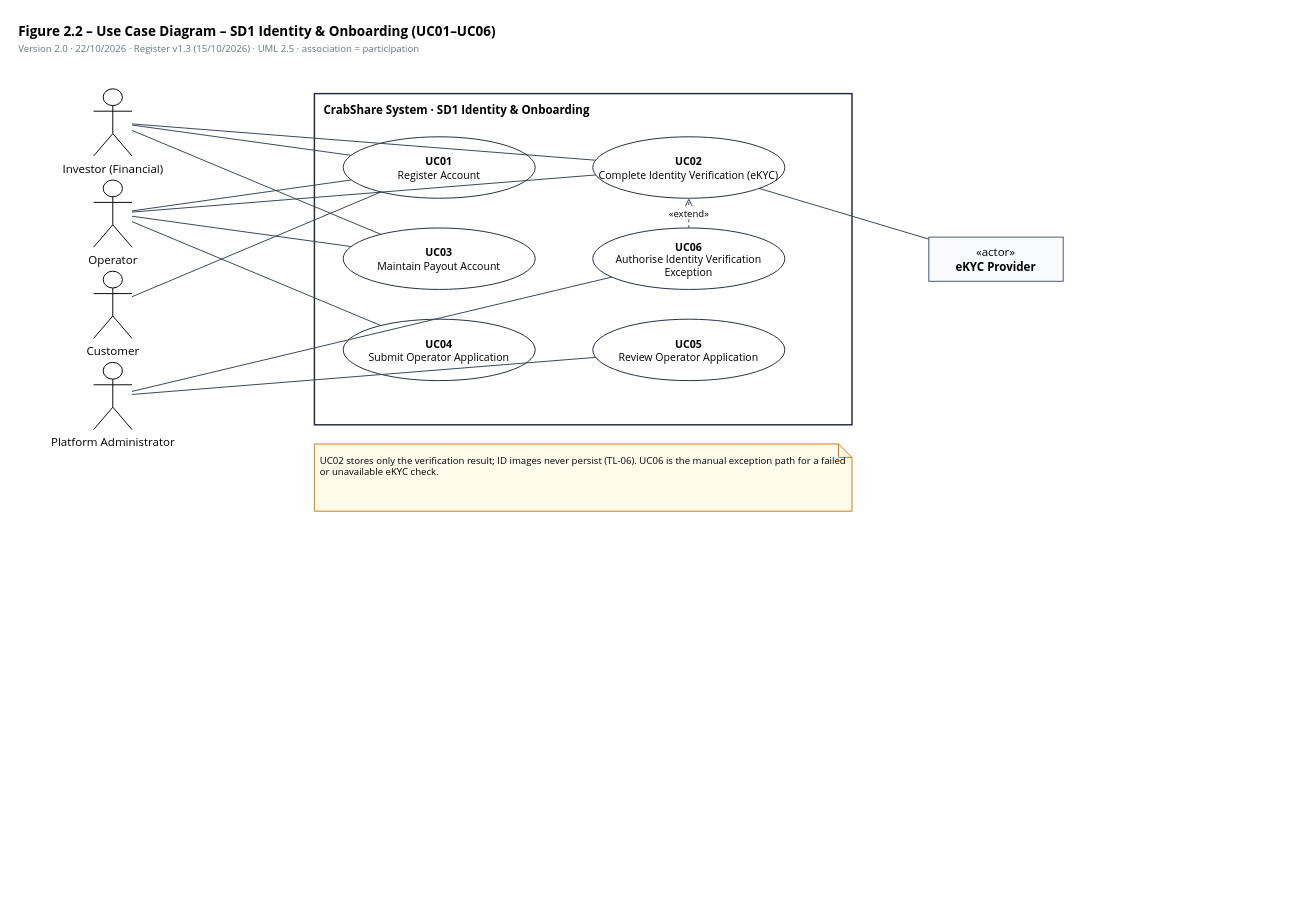
This is page "SD1 – Identity & Onboarding" (2 of 7) of docs/diagrams/CrabShare_Use_Case_Diagrams.drawio from thienhoibai/crabshare, a draw.io file, before an edit. Source tidied: cells renumbered, new cells numbered last; positions are measured from the earlier drawing's top-left corner, leaving out a move shared by most shapes. Both pictures are drawn from the tidied source at 96%, with x=0, y=0 at pixel (16, 16).
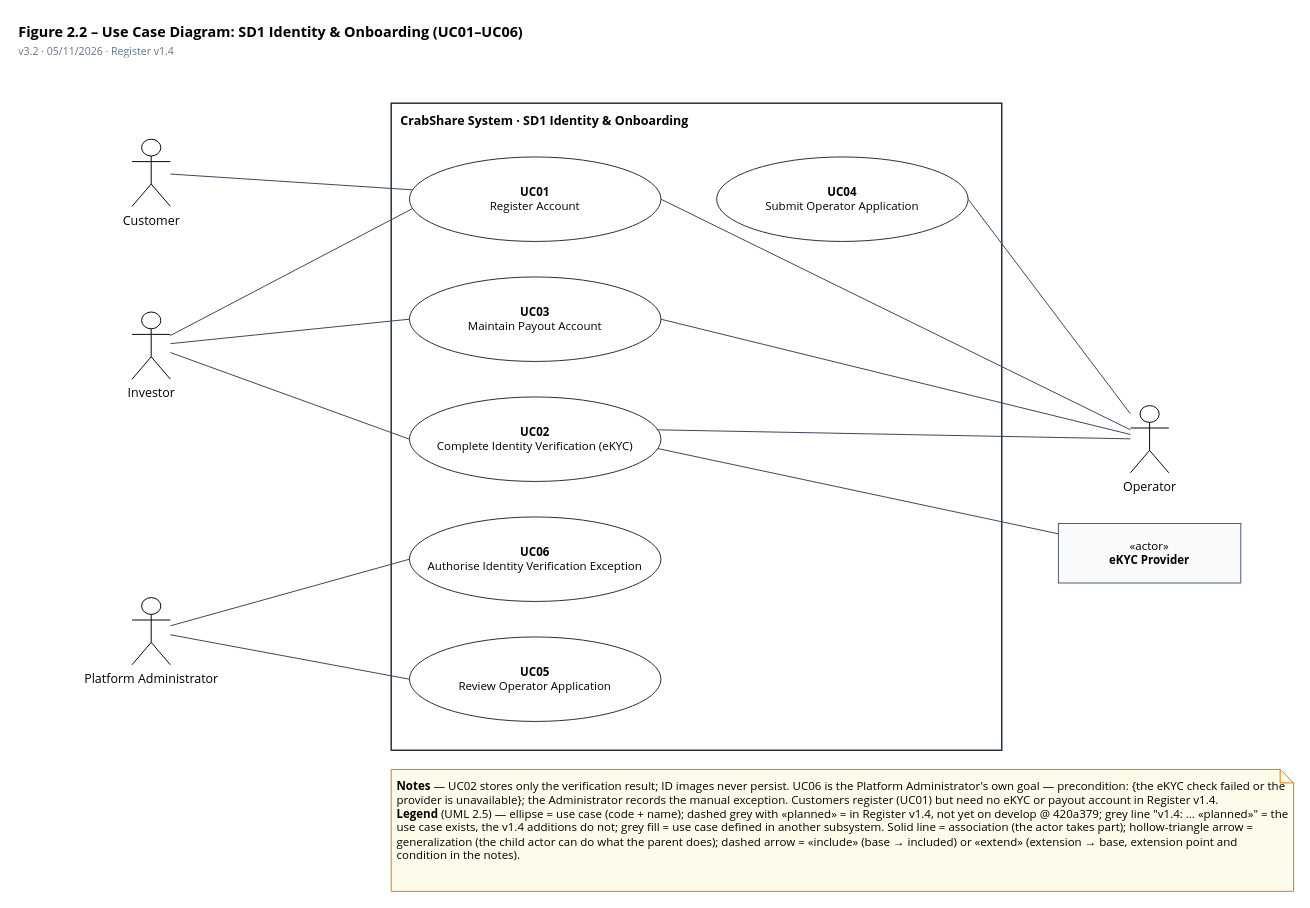
The same page after the edit.

Diff of the diagram source:
```diff
@@
-    <mxCell id="2" value="&lt;b&gt;Figure 2.2 – Use Case Diagram – SD1 Identity &amp; Onboarding (UC01–UC06)&lt;/b&gt;&lt;br&gt;&lt;font style=&quot;font-size:10px&quot; color=&quot;#64748b&quot;&gt;Version 2.0 · 22/10/2026 · Register v1.3 (15/10/2026) · UML 2.5 · association = participation&lt;/font&gt;" style="text;html=1;align=left;verticalAlign=top;whiteSpace=wrap;overflow=hidden;fontFamily=Segoe UI;fontSize=14;" parent="1" vertex="1">
-      <mxGeometry width="900" height="40" as="geometry" />
+    <mxCell id="2" value="&lt;b&gt;Figure 2.2 – Use Case Diagram: SD1 Identity &amp; Onboarding (UC01–UC06)&lt;/b&gt;&lt;br&gt;&lt;font style=&quot;font-size:11px&quot; color=&quot;#64748b&quot;&gt;v3.2 · 05/11/2026 · Register v1.4&lt;/font&gt;" style="text;html=1;align=left;verticalAlign=top;whiteSpace=wrap;overflow=hidden;fontFamily=Segoe UI;fontSize=15;" parent="1" vertex="1">
+      <mxGeometry width="1200" height="46" as="geometry" />
     </mxCell>
-    <mxCell id="3" value="CrabShare System · SD1 Identity &amp; Onboarding" style="rounded=0;whiteSpace=wrap;html=1;fillColor=none;strokeColor=#1e293b;strokeWidth=1.5;align=left;verticalAlign=top;spacingLeft=8;spacingTop=4;fontStyle=1;fontFamily=Segoe UI;" parent="1" vertex="1">
-      <mxGeometry x="310" y="80" width="560" height="345" as="geometry" />
+    <mxCell id="3" value="CrabShare System · SD1 Identity &amp; Onboarding" style="rounded=0;whiteSpace=wrap;html=1;fillColor=none;strokeColor=#1e293b;strokeWidth=1.5;align=left;verticalAlign=top;spacingLeft=8;spacingTop=4;fontStyle=1;fontFamily=Segoe UI;fontSize=13;" parent="1" vertex="1">
+      <mxGeometry x="390" y="90" width="636" height="674" as="geometry" />
     </mxCell>
-    <mxCell id="4" value="&lt;b&gt;UC01&lt;/b&gt;&lt;br&gt;Register Account" style="ellipse;whiteSpace=wrap;html=1;fillColor=#ffffff;strokeColor=#1e293b;fontSize=11;fontFamily=Segoe UI;" parent="1" vertex="1">
-      <mxGeometry x="340" y="125" width="200" height="64" as="geometry" />
+    <mxCell id="4" value="&lt;b&gt;UC01&lt;/b&gt;&lt;br&gt;Register Account" style="ellipse;whiteSpace=wrap;html=1;fillColor=#ffffff;strokeColor=#1e293b;fontSize=12;fontFamily=Segoe UI;spacing=3;" parent="1" vertex="1">
+      <mxGeometry x="409" y="146" width="262" height="88" as="geometry" />
     </mxCell>
-    <mxCell id="5" value="&lt;b&gt;UC02&lt;/b&gt;&lt;br&gt;Complete Identity Verification (eKYC)" style="ellipse;whiteSpace=wrap;html=1;fillColor=#ffffff;strokeColor=#1e293b;fontSize=11;fontFamily=Segoe UI;" parent="1" vertex="1">
-      <mxGeometry x="600" y="125" width="200" height="64" as="geometry" />
+    <mxCell id="5" value="&lt;b&gt;UC03&lt;/b&gt;&lt;br&gt;Maintain Payout Account" style="ellipse;whiteSpace=wrap;html=1;fillColor=#ffffff;strokeColor=#1e293b;fontSize=12;fontFamily=Segoe UI;spacing=3;" parent="1" vertex="1">
+      <mxGeometry x="409" y="271" width="262" height="88" as="geometry" />
     </mxCell>
-    <mxCell id="6" value="&lt;b&gt;UC03&lt;/b&gt;&lt;br&gt;Maintain Payout Account" style="ellipse;whiteSpace=wrap;html=1;fillColor=#ffffff;strokeColor=#1e293b;fontSize=11;fontFamily=Segoe UI;" parent="1" vertex="1">
-      <mxGeometry x="340" y="220" width="200" height="64" as="geometry" />
+    <mxCell id="6" value="&lt;b&gt;UC02&lt;/b&gt;&lt;br&gt;Complete Identity Verification (eKYC)" style="ellipse;whiteSpace=wrap;html=1;fillColor=#ffffff;strokeColor=#1e293b;fontSize=12;fontFamily=Segoe UI;spacing=3;" parent="1" vertex="1">
+      <mxGeometry x="409" y="396" width="262" height="88" as="geometry" />
     </mxCell>
-    <mxCell id="7" value="&lt;b&gt;UC04&lt;/b&gt;&lt;br&gt;Submit Operator Application" style="ellipse;whiteSpace=wrap;html=1;fillColor=#ffffff;strokeColor=#1e293b;fontSize=11;fontFamily=Segoe UI;" parent="1" vertex="1">
-      <mxGeometry x="340" y="315" width="200" height="64" as="geometry" />
+    <mxCell id="7" value="&lt;b&gt;UC06&lt;/b&gt;&lt;br&gt;Authorise Identity Verification Exception" style="ellipse;whiteSpace=wrap;html=1;fillColor=#ffffff;strokeColor=#1e293b;fontSize=12;fontFamily=Segoe UI;spacing=3;" parent="1" vertex="1">
+      <mxGeometry x="409" y="521" width="262" height="88" as="geometry" />
     </mxCell>
-    <mxCell id="8" value="&lt;b&gt;UC05&lt;/b&gt;&lt;br&gt;Review Operator Application" style="ellipse;whiteSpace=wrap;html=1;fillColor=#ffffff;strokeColor=#1e293b;fontSize=11;fontFamily=Segoe UI;" parent="1" vertex="1">
-      <mxGeometry x="600" y="315" width="200" height="64" as="geometry" />
+    <mxCell id="8" value="&lt;b&gt;UC05&lt;/b&gt;&lt;br&gt;Review Operator Application" style="ellipse;whiteSpace=wrap;html=1;fillColor=#ffffff;strokeColor=#1e293b;fontSize=12;fontFamily=Segoe UI;spacing=3;" parent="1" vertex="1">
+      <mxGeometry x="409" y="646" width="262" height="88" as="geometry" />
     </mxCell>
-    <mxCell id="9" value="&lt;b&gt;UC06&lt;/b&gt;&lt;br&gt;Authorise Identity Verification Exception" style="ellipse;whiteSpace=wrap;html=1;fillColor=#ffffff;strokeColor=#1e293b;fontSize=11;fontFamily=Segoe UI;" parent="1" vertex="1">
-      <mxGeometry x="600" y="220" width="200" height="64" as="geometry" />
+    <mxCell id="9" value="&lt;b&gt;UC04&lt;/b&gt;&lt;br&gt;Submit Operator Application" style="ellipse;whiteSpace=wrap;html=1;fillColor=#ffffff;strokeColor=#1e293b;fontSize=12;fontFamily=Segoe UI;spacing=3;" parent="1" vertex="1">
+      <mxGeometry x="729" y="146" width="262" height="88" as="geometry" />
     </mxCell>
-    <mxCell id="10" value="Investor (Financial)" style="shape=umlActor;verticalLabelPosition=bottom;verticalAlign=top;html=1;outlineConnect=0;fontFamily=Segoe UI;" parent="1" vertex="1">
-      <mxGeometry x="80" y="75" width="40" height="70" as="geometry" />
+    <mxCell id="10" value="Customer" style="shape=umlActor;verticalLabelPosition=bottom;verticalAlign=top;html=1;outlineConnect=0;fontFamily=Segoe UI;fontSize=13;" parent="1" vertex="1">
+      <mxGeometry x="120" y="127.5" width="40" height="70" as="geometry" />
     </mxCell>
-    <mxCell id="11" value="Operator" style="shape=umlActor;verticalLabelPosition=bottom;verticalAlign=top;html=1;outlineConnect=0;fontFamily=Segoe UI;" parent="1" vertex="1">
-      <mxGeometry x="80" y="170" width="40" height="70" as="geometry" />
+    <mxCell id="11" value="Investor" style="shape=umlActor;verticalLabelPosition=bottom;verticalAlign=top;html=1;outlineConnect=0;fontFamily=Segoe UI;fontSize=13;" parent="1" vertex="1">
+      <mxGeometry x="120" y="307.5" width="40" height="70" as="geometry" />
     </mxCell>
-    <mxCell id="12" value="Customer" style="shape=umlActor;verticalLabelPosition=bottom;verticalAlign=top;html=1;outlineConnect=0;fontFamily=Segoe UI;" parent="1" vertex="1">
-      <mxGeometry x="80" y="265" width="40" height="70" as="geometry" />
+    <mxCell id="12" value="Platform Administrator" style="shape=umlActor;verticalLabelPosition=bottom;verticalAlign=top;html=1;outlineConnect=0;fontFamily=Segoe UI;fontSize=13;" parent="1" vertex="1">
+      <mxGeometry x="120" y="605" width="40" height="70" as="geometry" />
     </mxCell>
-    <mxCell id="13" value="Platform Administrator" style="shape=umlActor;verticalLabelPosition=bottom;verticalAlign=top;html=1;outlineConnect=0;fontFamily=Segoe UI;" parent="1" vertex="1">
-      <mxGeometry x="80" y="360" width="40" height="70" as="geometry" />
+    <mxCell id="13" value="Operator" style="shape=umlActor;verticalLabelPosition=bottom;verticalAlign=top;html=1;outlineConnect=0;fontFamily=Segoe UI;fontSize=13;" parent="1" vertex="1">
+      <mxGeometry x="1160" y="405" width="40" height="70" as="geometry" />
     </mxCell>
-    <mxCell id="14" value="«actor»&lt;br&gt;&lt;b&gt;eKYC Provider&lt;/b&gt;" style="rounded=0;whiteSpace=wrap;html=1;dashed=0;fillColor=#f8fafc;strokeColor=#475569;fontFamily=Segoe UI;" parent="1" vertex="1">
-      <mxGeometry x="950" y="229.5" width="140" height="46" as="geometry" />
+    <mxCell id="14" value="«actor»&lt;br&gt;&lt;b&gt;eKYC Provider&lt;/b&gt;" style="rounded=0;whiteSpace=wrap;html=1;dashed=0;fillColor=#f8fafc;strokeColor=#475569;fontFamily=Segoe UI;fontSize=12;" parent="1" vertex="1">
+      <mxGeometry x="1085" y="527.8" width="190" height="62" as="geometry" />
     </mxCell>
-    <mxCell id="15" style="endArrow=none;html=1;strokeColor=#334155;edgeStyle=none;fontFamily=Segoe UI;" parent="1" edge="1" source="10" target="4">
+    <mxCell id="15" style="endArrow=none;html=1;strokeColor=#334155;edgeStyle=none;fontFamily=Segoe UI;entryX=0;entryY=0.38;entryDx=0;entryDy=0;" parent="1" edge="1" source="10" target="4">
       <mxGeometry relative="1" as="geometry" />
     </mxCell>
-    <mxCell id="16" style="endArrow=none;html=1;strokeColor=#334155;edgeStyle=none;fontFamily=Segoe UI;" parent="1" edge="1" source="12" target="4">
+    <mxCell id="16" style="endArrow=none;html=1;strokeColor=#334155;edgeStyle=none;fontFamily=Segoe UI;entryX=0;entryY=0.62;entryDx=0;entryDy=0;" parent="1" edge="1" source="11" target="4">
       <mxGeometry relative="1" as="geometry" />
     </mxCell>
-    <mxCell id="17" style="endArrow=none;html=1;strokeColor=#334155;edgeStyle=none;fontFamily=Segoe UI;" parent="1" edge="1" source="11" target="4">
+    <mxCell id="17" style="endArrow=none;html=1;strokeColor=#334155;edgeStyle=none;fontFamily=Segoe UI;entryX=1;entryY=0.5;entryDx=0;entryDy=0;" parent="1" edge="1" source="13" target="4">
       <mxGeometry relative="1" as="geometry" />
     </mxCell>
-    <mxCell id="18" style="endArrow=none;html=1;strokeColor=#334155;edgeStyle=none;fontFamily=Segoe UI;" parent="1" edge="1" source="10" target="5">
+    <mxCell id="18" style="endArrow=none;html=1;strokeColor=#334155;edgeStyle=none;fontFamily=Segoe UI;entryX=0;entryY=0.5;entryDx=0;entryDy=0;" parent="1" edge="1" source="11" target="5">
       <mxGeometry relative="1" as="geometry" />
     </mxCell>
-    <mxCell id="19" style="endArrow=none;html=1;strokeColor=#334155;edgeStyle=none;fontFamily=Segoe UI;" parent="1" edge="1" source="11" target="5">
+    <mxCell id="19" style="endArrow=none;html=1;strokeColor=#334155;edgeStyle=none;fontFamily=Segoe UI;entryX=1;entryY=0.5;entryDx=0;entryDy=0;" parent="1" edge="1" source="13" target="5">
       <mxGeometry relative="1" as="geometry" />
     </mxCell>
-    <mxCell id="20" style="endArrow=none;html=1;strokeColor=#334155;edgeStyle=none;fontFamily=Segoe UI;" parent="1" edge="1" source="14" target="5">
+    <mxCell id="20" style="endArrow=none;html=1;strokeColor=#334155;edgeStyle=none;fontFamily=Segoe UI;entryX=0;entryY=0.5;entryDx=0;entryDy=0;" parent="1" edge="1" source="11" target="6">
       <mxGeometry relative="1" as="geometry" />
     </mxCell>
-    <mxCell id="21" style="endArrow=none;html=1;strokeColor=#334155;edgeStyle=none;fontFamily=Segoe UI;" parent="1" edge="1" source="10" target="6">
+    <mxCell id="21" style="endArrow=none;html=1;strokeColor=#334155;edgeStyle=none;fontFamily=Segoe UI;entryX=1;entryY=0.38;entryDx=0;entryDy=0;" parent="1" edge="1" source="13" target="6">
       <mxGeometry relative="1" as="geometry" />
     </mxCell>
-    <mxCell id="22" style="endArrow=none;html=1;strokeColor=#334155;edgeStyle=none;fontFamily=Segoe UI;" parent="1" edge="1" source="11" target="6">
+    <mxCell id="22" style="endArrow=none;html=1;strokeColor=#334155;edgeStyle=none;fontFamily=Segoe UI;entryX=1;entryY=0.62;entryDx=0;entryDy=0;" parent="1" edge="1" source="14" target="6">
       <mxGeometry relative="1" as="geometry" />
     </mxCell>
-    <mxCell id="23" style="endArrow=none;html=1;strokeColor=#334155;edgeStyle=none;fontFamily=Segoe UI;" parent="1" edge="1" source="11" target="7">
+    <mxCell id="23" style="endArrow=none;html=1;strokeColor=#334155;edgeStyle=none;fontFamily=Segoe UI;entryX=0;entryY=0.5;entryDx=0;entryDy=0;" parent="1" edge="1" source="12" target="7">
       <mxGeometry relative="1" as="geometry" />
     </mxCell>
-    <mxCell id="24" style="endArrow=none;html=1;strokeColor=#334155;edgeStyle=none;fontFamily=Segoe UI;" parent="1" edge="1" source="13" target="8">
+    <mxCell id="24" style="endArrow=none;html=1;strokeColor=#334155;edgeStyle=none;fontFamily=Segoe UI;entryX=0;entryY=0.5;entryDx=0;entryDy=0;" parent="1" edge="1" source="12" target="8">
       <mxGeometry relative="1" as="geometry" />
     </mxCell>
-    <mxCell id="25" style="endArrow=none;html=1;strokeColor=#334155;edgeStyle=none;fontFamily=Segoe UI;" parent="1" edge="1" source="13" target="9">
+    <mxCell id="25" style="endArrow=none;html=1;strokeColor=#334155;edgeStyle=none;fontFamily=Segoe UI;entryX=1;entryY=0.5;entryDx=0;entryDy=0;" parent="1" edge="1" source="13" target="9">
       <mxGeometry relative="1" as="geometry" />
     </mxCell>
-    <mxCell id="26" value="«extend»" style="endArrow=open;endFill=0;dashed=1;html=1;strokeColor=#334155;edgeStyle=none;fontSize=10;fontFamily=Segoe UI;" parent="1" edge="1" source="9" target="5">
-      <mxGeometry relative="1" as="geometry" />
+    <mxCell id="26" value="&lt;b&gt;Notes&lt;/b&gt; — UC02 stores only the verification result; ID images never persist. UC06 is the Platform Administrator's own goal — precondition: {the eKYC check failed or the provider is unavailable}; the Administrator records the manual exception. Customers register (UC01) but need no eKYC or payout account in Register v1.4.&lt;br&gt;&lt;b&gt;Legend&lt;/b&gt; (UML 2.5) — ellipse = use case (code + name); dashed grey with «planned» = in Register v1.4, not yet on develop @ 420a379; grey line &quot;v1.4: … «planned»&quot; = the use case exists, the v1.4 additions do not; grey fill = use case defined in another subsystem. Solid line = association (the actor takes part); hollow-triangle arrow = generalization (the child actor can do what the parent does); dashed arrow = «include» (base → included) or «extend» (extension → base, extension point and condition in the notes)." style="shape=note;whiteSpace=wrap;html=1;size=14;fillColor=#fffbeb;strokeColor=#d97706;align=left;verticalAlign=top;spacing=6;fontSize=12;fontFamily=Segoe UI;" parent="1" vertex="1">
+      <mxGeometry x="390" y="784" width="940" height="127" as="geometry" />
     </mxCell>
-    <mxCell id="27" value="UC02 stores only the verification result; ID images never persist (TL-06). UC06 is the manual exception path for a failed or unavailable eKYC check." style="shape=note;whiteSpace=wrap;html=1;size=14;fillColor=#fffbeb;strokeColor=#d97706;align=left;verticalAlign=top;spacing=6;fontSize=10;fontFamily=Segoe UI;" parent="1" vertex="1">
-      <mxGeometry x="310" y="445" width="560" height="70" as="geometry" />
-    </mxCell>
```
